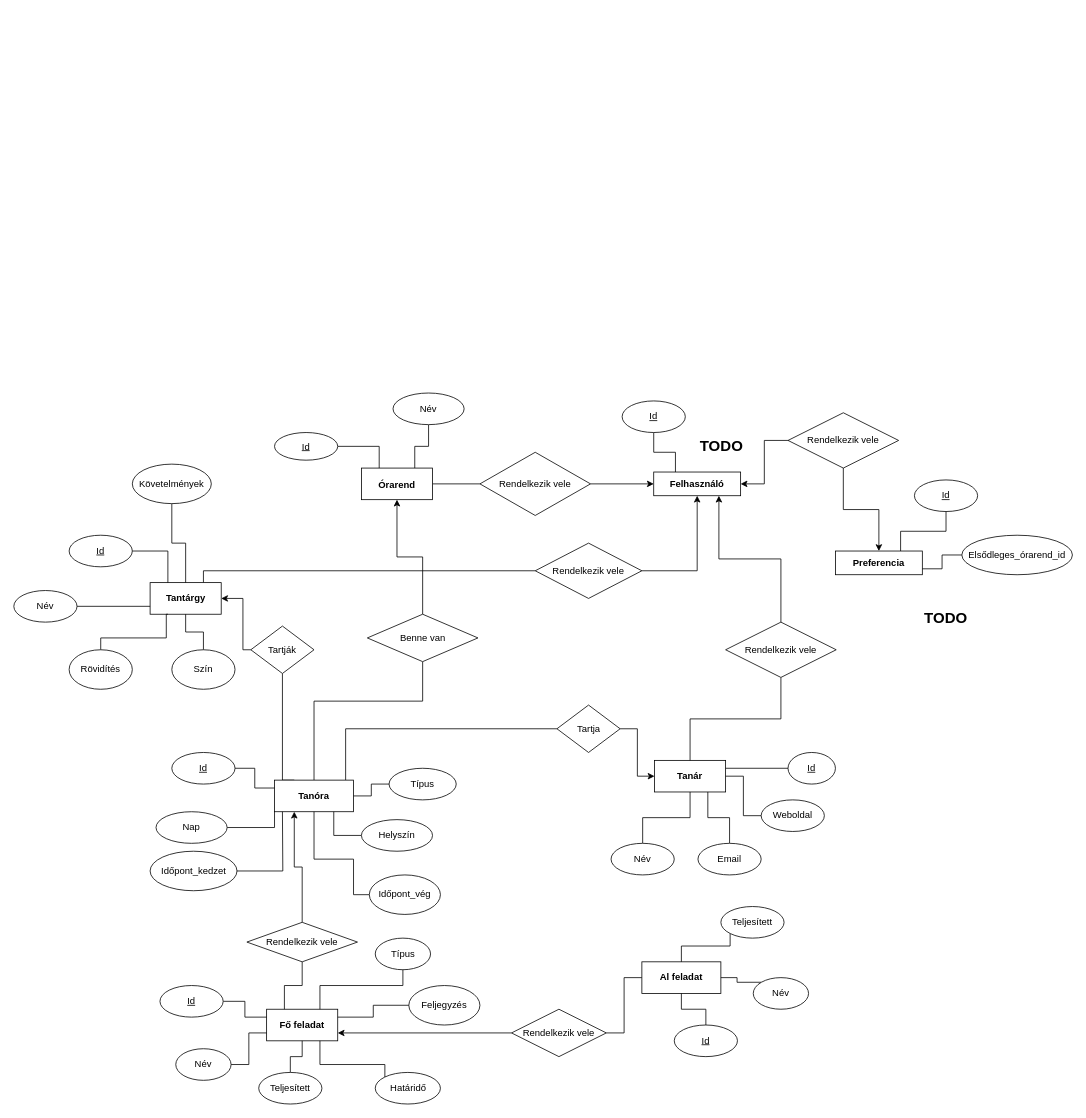
The draw.io diagram notes/diagrams/timetable_ER_diagram.drawio in Martesz12/szakdolgozat, before the edit. Source tidied: cells renumbered, new cells numbered last; positions are measured from the earlier drawing's top-left corner, leaving out a move shared by most shapes. Both pictures are drawn from the tidied source at 79%, with x=0, y=0 at pixel (13, 393).
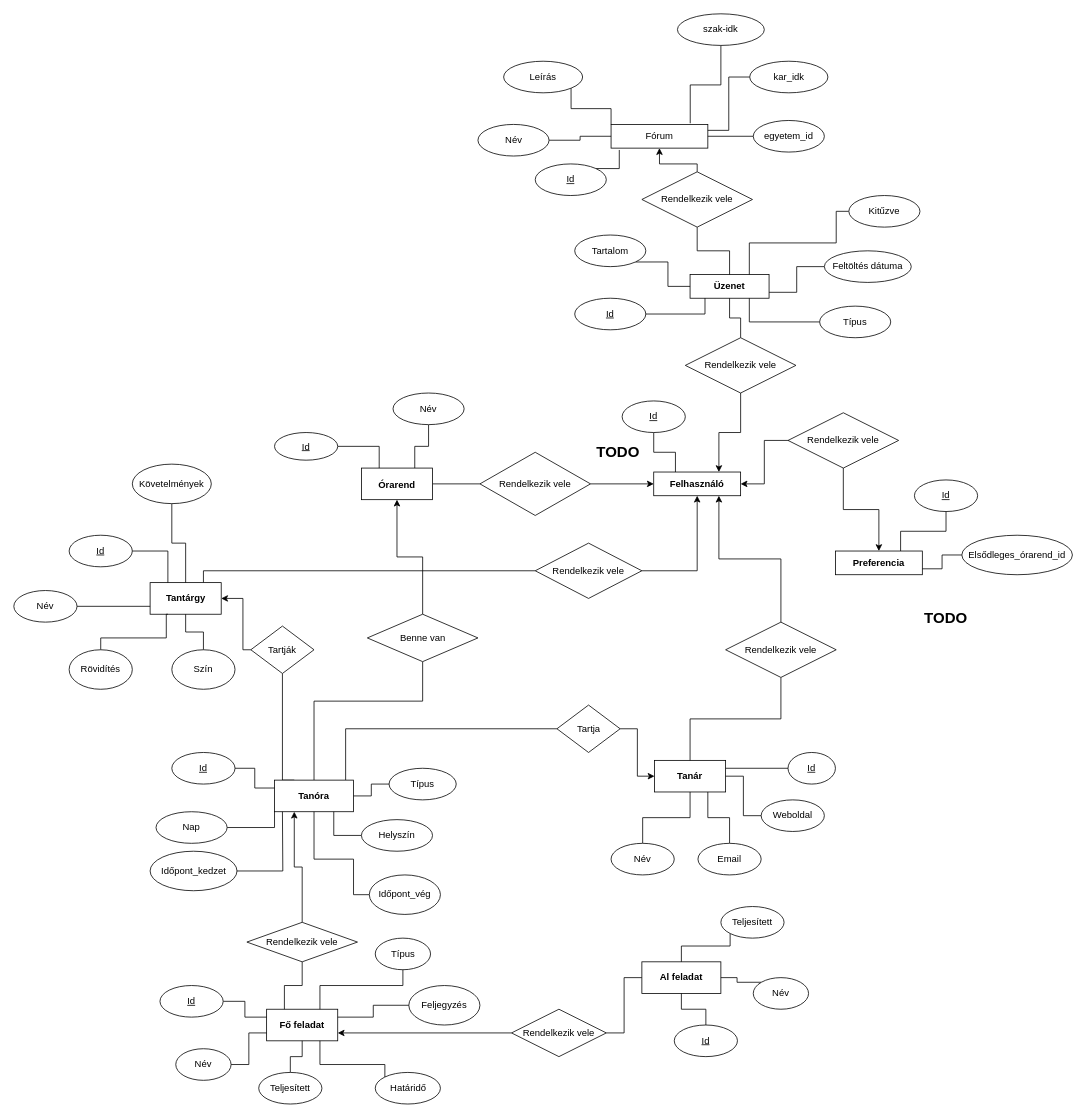
Above is the later version.

Unchanged cells that the change refers to:
```xml
<mxCell id="2" value="&lt;b&gt;Felhasználó&lt;/b&gt;" style="rounded=0;whiteSpace=wrap;html=1;" parent="1" vertex="1">
  <mxGeometry x="810" y="100" width="110" height="30" as="geometry" />
</mxCell>
```

Change to the diagram source:
```diff
@@
     <mxCell id="5" value="&lt;font style=&quot;font-size: 19px&quot;&gt;&lt;b&gt;TODO&lt;/b&gt;&lt;/font&gt;" style="text;html=1;strokeColor=none;fillColor=none;align=center;verticalAlign=middle;whiteSpace=wrap;rounded=0;" parent="1" vertex="1">
-      <mxGeometry x="866" y="52.5" width="60" height="30" as="geometry" />
+      <mxGeometry x="735" y="60" width="60" height="30" as="geometry" />
     </mxCell>
@@
+    <mxCell id="98" value="&lt;b&gt;Üzenet&lt;/b&gt;" style="rounded=0;whiteSpace=wrap;html=1;" parent="1" vertex="1">
+      <mxGeometry x="856" y="-150" width="100" height="30" as="geometry" />
+    </mxCell>
+    <mxCell id="99" style="edgeStyle=orthogonalEdgeStyle;rounded=0;jettySize=auto;html=1;exitX=0.5;exitY=1;exitDx=0;exitDy=0;entryX=0.75;entryY=0;entryDx=0;entryDy=0;endArrow=classic;endFill=1;" parent="1" edge="1" source="101" target="2">
+      <mxGeometry relative="1" as="geometry" />
+    </mxCell>
+    <mxCell id="100" style="edgeStyle=orthogonalEdgeStyle;rounded=0;jettySize=auto;html=1;entryX=0.5;entryY=1;entryDx=0;entryDy=0;endArrow=none;endFill=0;" parent="1" edge="1" source="101" target="98">
+      <mxGeometry relative="1" as="geometry" />
+    </mxCell>
+    <mxCell id="101" value="Rendelkezik vele" style="rhombus;whiteSpace=wrap;html=1;fontSize=12;" parent="1" vertex="1">
+      <mxGeometry x="850" y="-70" width="140" height="70" as="geometry" />
+    </mxCell>
+    <mxCell id="102" style="edgeStyle=orthogonalEdgeStyle;rounded=0;jettySize=auto;html=1;exitX=1;exitY=0.5;exitDx=0;exitDy=0;entryX=0.189;entryY=0.996;entryDx=0;entryDy=0;entryPerimeter=0;endArrow=none;endFill=0;" parent="1" edge="1" source="103" target="98">
+      <mxGeometry relative="1" as="geometry" />
+    </mxCell>
+    <mxCell id="103" value="&lt;u&gt;Id&lt;/u&gt;" style="ellipse;whiteSpace=wrap;html=1;fontSize=12;" parent="1" vertex="1">
+      <mxGeometry x="710" y="-120" width="90" height="40" as="geometry" />
+    </mxCell>
+    <mxCell id="104" style="edgeStyle=orthogonalEdgeStyle;rounded=0;jettySize=auto;html=1;exitX=1;exitY=1;exitDx=0;exitDy=0;entryX=0;entryY=0.5;entryDx=0;entryDy=0;endArrow=none;endFill=0;" parent="1" edge="1" source="105" target="98">
+      <mxGeometry relative="1" as="geometry" />
+    </mxCell>
+    <mxCell id="105" value="Tartalom" style="ellipse;whiteSpace=wrap;html=1;fontSize=12;" parent="1" vertex="1">
+      <mxGeometry x="710" y="-200" width="90" height="40" as="geometry" />
+    </mxCell>
+    <mxCell id="106" style="edgeStyle=orthogonalEdgeStyle;rounded=0;jettySize=auto;html=1;exitX=0;exitY=0.5;exitDx=0;exitDy=0;entryX=0.75;entryY=1;entryDx=0;entryDy=0;endArrow=none;endFill=0;" parent="1" edge="1" source="107" target="98">
+      <mxGeometry relative="1" as="geometry" />
+    </mxCell>
+    <mxCell id="107" value="Típus" style="ellipse;whiteSpace=wrap;html=1;fontSize=12;" parent="1" vertex="1">
+      <mxGeometry x="1020" y="-110" width="90" height="40" as="geometry" />
+    </mxCell>
+    <mxCell id="108" style="edgeStyle=orthogonalEdgeStyle;rounded=0;jettySize=auto;html=1;exitX=0;exitY=0.5;exitDx=0;exitDy=0;entryX=1;entryY=0.75;entryDx=0;entryDy=0;endArrow=none;endFill=0;" parent="1" edge="1" source="109" target="98">
+      <mxGeometry relative="1" as="geometry" />
+    </mxCell>
+    <mxCell id="109" value="Feltöltés dátuma" style="ellipse;whiteSpace=wrap;html=1;fontSize=12;" parent="1" vertex="1">
+      <mxGeometry x="1026" y="-180" width="110" height="40" as="geometry" />
+    </mxCell>
+    <mxCell id="110" style="edgeStyle=orthogonalEdgeStyle;rounded=0;jettySize=auto;html=1;exitX=0;exitY=0.5;exitDx=0;exitDy=0;entryX=0.75;entryY=0;entryDx=0;entryDy=0;endArrow=none;endFill=0;" parent="1" edge="1" source="111" target="98">
+      <mxGeometry relative="1" as="geometry">
+        <Array as="points">
+          <mxPoint x="1041" y="-190" />
+          <mxPoint x="931" y="-190" />
+        </Array>
+      </mxGeometry>
+    </mxCell>
+    <mxCell id="111" value="Kitűzve" style="ellipse;whiteSpace=wrap;html=1;fontSize=12;" parent="1" vertex="1">
+      <mxGeometry x="1057" y="-250" width="90" height="40" as="geometry" />
+    </mxCell>
+    <mxCell id="112" value="Fórum" style="rounded=0;whiteSpace=wrap;html=1;" parent="1" vertex="1">
+      <mxGeometry x="756" y="-340" width="122.5" height="30" as="geometry" />
+    </mxCell>
+    <mxCell id="113" style="edgeStyle=orthogonalEdgeStyle;rounded=0;jettySize=auto;html=1;entryX=0;entryY=0.5;entryDx=0;entryDy=0;startArrow=none;startFill=0;endArrow=none;endFill=0;" parent="1" edge="1" source="114" target="112">
+      <mxGeometry relative="1" as="geometry" />
+    </mxCell>
+    <mxCell id="114" value="Név" style="ellipse;whiteSpace=wrap;html=1;" parent="1" vertex="1">
+      <mxGeometry x="587.5" y="-340" width="90" height="40" as="geometry" />
+    </mxCell>
+    <mxCell id="115" style="edgeStyle=orthogonalEdgeStyle;rounded=0;jettySize=auto;html=1;exitX=1;exitY=0;exitDx=0;exitDy=0;entryX=0.085;entryY=1.078;entryDx=0;entryDy=0;entryPerimeter=0;startArrow=none;startFill=0;endArrow=none;endFill=0;" parent="1" edge="1" source="116" target="112">
+      <mxGeometry relative="1" as="geometry" />
+    </mxCell>
+    <mxCell id="116" value="&lt;u&gt;Id&lt;/u&gt;" style="ellipse;whiteSpace=wrap;html=1;fontSize=12;" parent="1" vertex="1">
+      <mxGeometry x="660" y="-290" width="90" height="40" as="geometry" />
+    </mxCell>
+    <mxCell id="117" style="edgeStyle=orthogonalEdgeStyle;rounded=0;jettySize=auto;html=1;entryX=0.5;entryY=1;entryDx=0;entryDy=0;endArrow=classic;endFill=1;startArrow=none;startFill=0;" parent="1" edge="1" source="119" target="112">
+      <mxGeometry relative="1" as="geometry">
+        <Array as="points">
+          <mxPoint x="865" y="-290" />
+          <mxPoint x="817" y="-290" />
+        </Array>
+      </mxGeometry>
+    </mxCell>
+    <mxCell id="118" style="edgeStyle=orthogonalEdgeStyle;rounded=0;jettySize=auto;html=1;entryX=0.5;entryY=0;entryDx=0;entryDy=0;endArrow=none;endFill=0;" parent="1" edge="1" source="119" target="98">
+      <mxGeometry relative="1" as="geometry" />
+    </mxCell>
+    <mxCell id="119" value="Rendelkezik vele" style="rhombus;whiteSpace=wrap;html=1;fontSize=12;" parent="1" vertex="1">
+      <mxGeometry x="795" y="-280" width="140" height="70" as="geometry" />
+    </mxCell>
+    <mxCell id="120" style="edgeStyle=orthogonalEdgeStyle;rounded=0;jettySize=auto;html=1;entryX=1;entryY=0.5;entryDx=0;entryDy=0;startArrow=none;startFill=0;endArrow=none;endFill=0;" parent="1" edge="1" source="121" target="112">
+      <mxGeometry relative="1" as="geometry" />
+    </mxCell>
+    <mxCell id="121" value="egyetem_id" style="ellipse;whiteSpace=wrap;html=1;" parent="1" vertex="1">
+      <mxGeometry x="936" y="-345" width="90" height="40" as="geometry" />
+    </mxCell>
+    <mxCell id="122" style="edgeStyle=orthogonalEdgeStyle;rounded=0;jettySize=auto;html=1;entryX=1;entryY=0.25;entryDx=0;entryDy=0;startArrow=none;startFill=0;endArrow=none;endFill=0;" parent="1" edge="1" source="123" target="112">
+      <mxGeometry relative="1" as="geometry" />
+    </mxCell>
+    <mxCell id="123" value="kar_idk" style="ellipse;whiteSpace=wrap;html=1;" parent="1" vertex="1">
+      <mxGeometry x="931.5" y="-420" width="99" height="40" as="geometry" />
+    </mxCell>
+    <mxCell id="124" style="edgeStyle=orthogonalEdgeStyle;rounded=0;jettySize=auto;html=1;entryX=0.818;entryY=-0.048;entryDx=0;entryDy=0;entryPerimeter=0;startArrow=none;startFill=0;endArrow=none;endFill=0;" parent="1" edge="1" source="125" target="112">
+      <mxGeometry relative="1" as="geometry" />
+    </mxCell>
+    <mxCell id="125" value="szak-idk" style="ellipse;whiteSpace=wrap;html=1;" parent="1" vertex="1">
+      <mxGeometry x="840" y="-480" width="110" height="40" as="geometry" />
+    </mxCell>
+    <mxCell id="126" style="edgeStyle=orthogonalEdgeStyle;rounded=0;jettySize=auto;html=1;exitX=1;exitY=1;exitDx=0;exitDy=0;entryX=0;entryY=0;entryDx=0;entryDy=0;startArrow=none;startFill=0;endArrow=none;endFill=0;" parent="1" edge="1" source="127" target="112">
+      <mxGeometry relative="1" as="geometry">
+        <Array as="points">
+          <mxPoint x="705" y="-360" />
+          <mxPoint x="756" y="-360" />
+        </Array>
+      </mxGeometry>
+    </mxCell>
+    <mxCell id="127" value="Leírás" style="ellipse;whiteSpace=wrap;html=1;" parent="1" vertex="1">
+      <mxGeometry x="620" y="-420" width="100" height="40" as="geometry" />
+    </mxCell>
```
